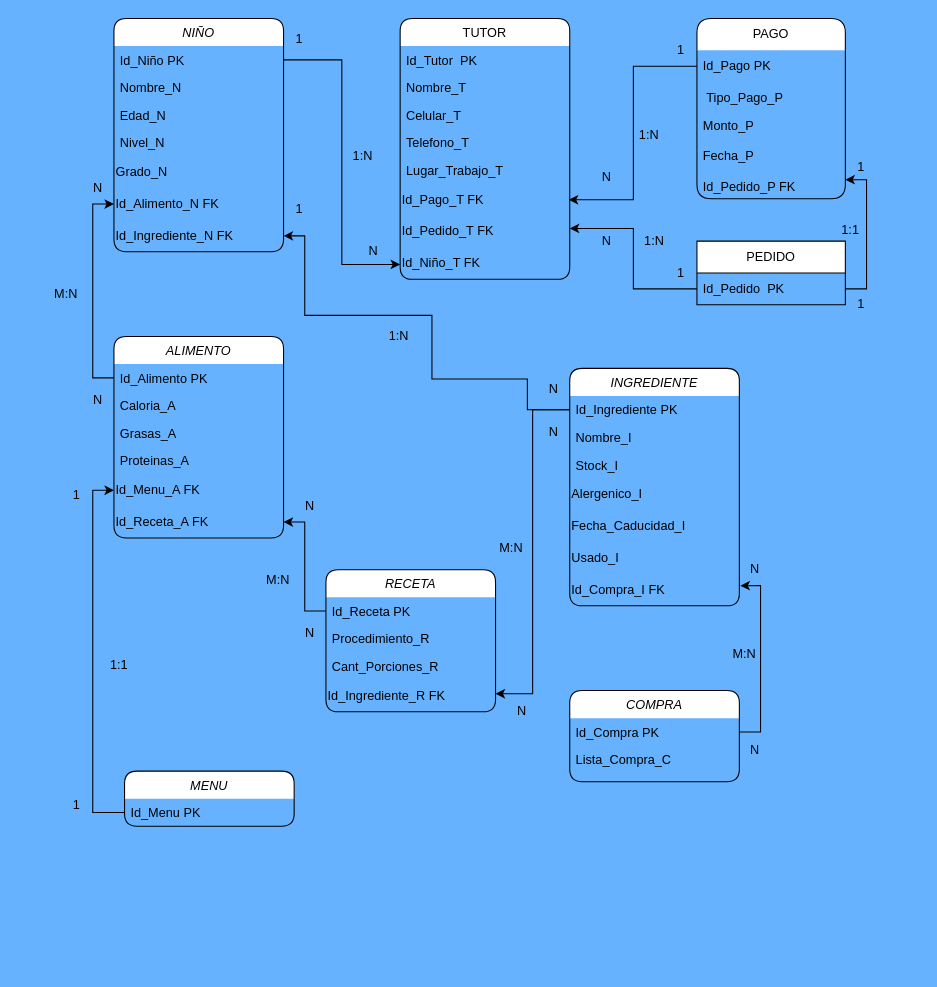
Earlier version of the draw.io diagram Diagrama sin título.drawio (CesarVaz17/Prueba-TBD). Source tidied: cells renumbered, new cells numbered last; positions are measured from the earlier drawing's top-left corner, leaving out a move shared by most shapes. Both pictures are drawn from the tidied source at 106%, with x=0, y=0 at pixel (18, 18).
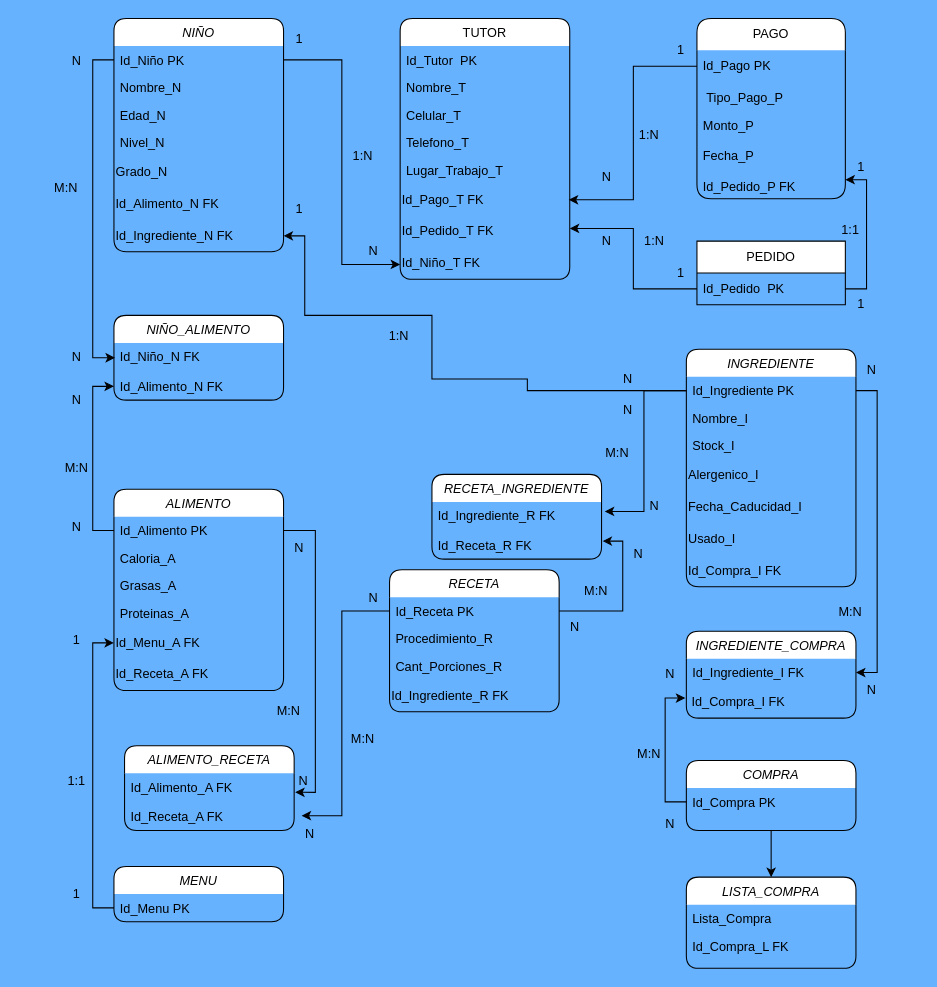
The same diagram, later.

The change refers to these unchanged cells:
```xml
<mxCell id="3" value="Id_Niño PK" style="text;align=left;verticalAlign=top;spacingLeft=4;spacingRight=4;overflow=hidden;points=[[0,0.5],[1,0.5]];portConstraint=eastwest;" parent="2" vertex="1">
  <mxGeometry y="26" width="160" height="26" as="geometry" />
</mxCell>
<mxCell id="8" value="Id_Alimento_N FK" style="text;html=1;align=left;verticalAlign=middle;whiteSpace=wrap;rounded=0;" parent="2" vertex="1">
  <mxGeometry y="160" width="160" height="30" as="geometry" />
</mxCell>
<mxCell id="9" value="Id_Ingrediente_N FK" style="text;html=1;align=left;verticalAlign=middle;whiteSpace=wrap;rounded=0;" parent="2" vertex="1">
  <mxGeometry y="190" width="160" height="30" as="geometry" />
</mxCell>
<mxCell id="30" value="Id_Alimento PK" style="text;align=left;verticalAlign=top;spacingLeft=4;spacingRight=4;overflow=hidden;points=[[0,0.5],[1,0.5]];portConstraint=eastwest;" parent="29" vertex="1">
  <mxGeometry y="26" width="160" height="26" as="geometry" />
</mxCell>
<mxCell id="35" value="Id_Receta_A FK" style="text;html=1;align=left;verticalAlign=middle;whiteSpace=wrap;rounded=0;" parent="29" vertex="1">
  <mxGeometry y="160" width="160" height="30" as="geometry" />
</mxCell>
<mxCell id="41" value="Id_Receta PK" style="text;align=left;verticalAlign=top;spacingLeft=4;spacingRight=4;overflow=hidden;points=[[0,0.5],[1,0.5]];portConstraint=eastwest;" parent="40" vertex="1">
  <mxGeometry y="26" width="160" height="26" as="geometry" />
</mxCell>
<mxCell id="44" value="Id_Ingrediente_R FK" style="text;html=1;align=left;verticalAlign=middle;points=[];strokeColor=none;fillColor=none;" parent="40" vertex="1">
  <mxGeometry y="104" width="160" height="30" as="geometry" />
</mxCell>
<mxCell id="47" value="Id_Ingrediente PK" style="text;align=left;verticalAlign=top;spacingLeft=4;spacingRight=4;overflow=hidden;points=[[0,0.5],[1,0.5]];portConstraint=eastwest;" parent="46" vertex="1">
  <mxGeometry y="26" width="160" height="26" as="geometry" />
</mxCell>
<mxCell id="53" value="Id_Compra_I FK" style="text;html=1;align=left;verticalAlign=middle;points=[];strokeColor=none;fillColor=none;" parent="46" vertex="1">
  <mxGeometry y="194" width="160" height="30" as="geometry" />
</mxCell>
<mxCell id="57" value="Id_Compra PK" style="text;align=left;verticalAlign=top;spacingLeft=4;spacingRight=4;overflow=hidden;points=[[0,0.5],[1,0.5]];portConstraint=eastwest;" parent="56" vertex="1">
  <mxGeometry y="26" width="160" height="26" as="geometry" />
</mxCell>
```

Change to the diagram source:
```diff
@@
     <mxCell id="29" value="ALIMENTO" style="swimlane;fontStyle=2;align=center;verticalAlign=top;horizontal=1;startSize=26;rounded=1;shadow=0;strokeWidth=1;swimlaneLine=0;" parent="1" vertex="1">
-      <mxGeometry x="90" y="300" width="160" height="190" as="geometry" />
+      <mxGeometry x="90" y="444" width="160" height="190" as="geometry" />
     </mxCell>
@@
-    <mxCell id="36" style="edgeStyle=orthogonalEdgeStyle;rounded=0;jettySize=auto;html=1;exitX=0;exitY=0.5;exitDx=0;exitDy=0;entryX=0;entryY=0.5;entryDx=0;entryDy=0;" parent="1" edge="1" source="30" target="8">
-      <mxGeometry relative="1" as="geometry" />
-    </mxCell>
     <mxCell id="37" value="MENU" style="swimlane;fontStyle=2;align=center;verticalAlign=top;horizontal=1;startSize=26;rounded=1;shadow=0;strokeWidth=1;swimlaneLine=0;" parent="1" vertex="1">
-      <mxGeometry x="100" y="710" width="160" height="52" as="geometry" />
+      <mxGeometry x="90" y="800" width="160" height="52" as="geometry" />
     </mxCell>
@@
     <mxCell id="40" value="RECETA" style="swimlane;fontStyle=2;align=center;verticalAlign=top;horizontal=1;startSize=26;rounded=1;shadow=0;strokeWidth=1;swimlaneLine=0;" parent="1" vertex="1">
-      <mxGeometry x="290" y="520" width="160" height="134" as="geometry" />
+      <mxGeometry x="350" y="520" width="160" height="134" as="geometry" />
     </mxCell>
@@
-    <mxCell id="45" style="edgeStyle=orthogonalEdgeStyle;rounded=0;jettySize=auto;html=1;exitX=0;exitY=0.5;exitDx=0;exitDy=0;entryX=1;entryY=0.5;entryDx=0;entryDy=0;" parent="1" edge="1" source="41" target="35">
-      <mxGeometry relative="1" as="geometry" />
-    </mxCell>
     <mxCell id="46" value="INGREDIENTE" style="swimlane;fontStyle=2;align=center;verticalAlign=top;horizontal=1;startSize=26;rounded=1;shadow=0;strokeWidth=1;swimlaneLine=0;" parent="1" vertex="1">
-      <mxGeometry x="520" y="330" width="160" height="224" as="geometry" />
+      <mxGeometry x="630" y="312" width="160" height="224" as="geometry" />
     </mxCell>
@@
-    <mxCell id="54" style="edgeStyle=orthogonalEdgeStyle;rounded=0;jettySize=auto;html=1;exitX=0;exitY=0.5;exitDx=0;exitDy=0;entryX=1;entryY=0.433;entryDx=0;entryDy=0;entryPerimeter=0;" parent="1" edge="1" source="47" target="44">
-      <mxGeometry relative="1" as="geometry" />
-    </mxCell>
     <mxCell id="55" style="edgeStyle=orthogonalEdgeStyle;rounded=0;jettySize=auto;html=1;exitX=0;exitY=0.5;exitDx=0;exitDy=0;entryX=1;entryY=0.5;entryDx=0;entryDy=0;" parent="1" edge="1" source="47" target="9">
       <mxGeometry relative="1" as="geometry">
         <Array as="points">
-          <mxPoint x="480" y="369" />
+          <mxPoint x="480" y="351" />
           <mxPoint x="480" y="340" />
           <mxPoint x="390" y="340" />
           <mxPoint x="390" y="280" />
           <mxPoint x="270" y="280" />
           <mxPoint x="270" y="205" />
         </Array>
       </mxGeometry>
     </mxCell>
+    <mxCell id="90" style="edgeStyle=orthogonalEdgeStyle;rounded=0;jettySize=auto;html=1;" parent="1" edge="1" source="56" target="91">
+      <mxGeometry relative="1" as="geometry" />
+    </mxCell>
     <mxCell id="56" value="COMPRA" style="swimlane;fontStyle=2;align=center;verticalAlign=top;horizontal=1;startSize=26;rounded=1;shadow=0;strokeWidth=1;glass=0;swimlaneLine=0;" parent="1" vertex="1">
-      <mxGeometry x="520" y="634" width="160" height="86" as="geometry" />
+      <mxGeometry x="630" y="700" width="160" height="66" as="geometry" />
     </mxCell>
@@
-    <mxCell id="58" value="Lista_Compra_C" style="text;align=left;verticalAlign=top;spacingLeft=4;spacingRight=4;overflow=hidden;rounded=0;shadow=0;html=0;" parent="56" vertex="1">
-      <mxGeometry y="52" width="160" height="26" as="geometry" />
-    </mxCell>
-    <mxCell id="59" style="edgeStyle=orthogonalEdgeStyle;rounded=0;jettySize=auto;html=1;exitX=1;exitY=0.5;exitDx=0;exitDy=0;entryX=1.006;entryY=0.367;entryDx=0;entryDy=0;entryPerimeter=0;" parent="1" edge="1" source="57" target="53">
-      <mxGeometry relative="1" as="geometry" />
-    </mxCell>
@@
     <mxCell id="63" value="1" style="text;html=1;align=center;verticalAlign=middle;whiteSpace=wrap;rounded=0;" parent="1" vertex="1">
-      <mxGeometry x="10" y="430" width="90" height="40" as="geometry" />
+      <mxGeometry x="10" y="567" width="90" height="40" as="geometry" />
     </mxCell>
     <mxCell id="64" value="1" style="text;html=1;align=center;verticalAlign=middle;whiteSpace=wrap;rounded=0;" parent="1" vertex="1">
-      <mxGeometry x="10" y="722" width="90" height="40" as="geometry" />
+      <mxGeometry x="10" y="806" width="90" height="40" as="geometry" />
     </mxCell>
     <mxCell id="65" value="1:1" style="text;html=1;align=center;verticalAlign=middle;whiteSpace=wrap;rounded=0;" parent="1" vertex="1">
-      <mxGeometry x="50" y="590" width="90" height="40" as="geometry" />
+      <mxGeometry x="10" y="700" width="90" height="40" as="geometry" />
     </mxCell>
@@
     <mxCell id="76" value="N" style="text;html=1;align=center;verticalAlign=middle;whiteSpace=wrap;rounded=0;" parent="1" vertex="1">
-      <mxGeometry x="460" y="330" width="90" height="40" as="geometry" />
+      <mxGeometry x="530" y="320" width="90" height="40" as="geometry" />
     </mxCell>
@@
     <mxCell id="78" value="N" style="text;html=1;align=center;verticalAlign=middle;whiteSpace=wrap;rounded=0;" parent="1" vertex="1">
-      <mxGeometry x="30" y="140" width="90" height="40" as="geometry" />
+      <mxGeometry x="10" y="340" width="90" height="40" as="geometry" />
     </mxCell>
     <mxCell id="79" value="N" style="text;html=1;align=center;verticalAlign=middle;whiteSpace=wrap;rounded=0;" parent="1" vertex="1">
-      <mxGeometry x="30" y="340" width="90" height="40" as="geometry" />
+      <mxGeometry x="10" y="460" width="90" height="40" as="geometry" />
     </mxCell>
     <mxCell id="80" value="M:N" style="text;html=1;align=center;verticalAlign=middle;whiteSpace=wrap;rounded=0;" parent="1" vertex="1">
-      <mxGeometry y="240" width="90" height="40" as="geometry" />
+      <mxGeometry x="10" y="404" width="90" height="40" as="geometry" />
     </mxCell>
-    <mxCell id="81" value="N" style="text;html=1;align=center;verticalAlign=middle;whiteSpace=wrap;rounded=0;" parent="1" vertex="1">
-      <mxGeometry x="230" y="440" width="90" height="40" as="geometry" />
-    </mxCell>
-    <mxCell id="82" value="N" style="text;html=1;align=center;verticalAlign=middle;whiteSpace=wrap;rounded=0;" parent="1" vertex="1">
-      <mxGeometry x="230" y="560" width="90" height="40" as="geometry" />
-    </mxCell>
-    <mxCell id="83" value="M:N" style="text;html=1;align=center;verticalAlign=middle;whiteSpace=wrap;rounded=0;" parent="1" vertex="1">
-      <mxGeometry x="200" y="510" width="90" height="40" as="geometry" />
-    </mxCell>
-    <mxCell id="84" value="N" style="text;html=1;align=center;verticalAlign=middle;whiteSpace=wrap;rounded=0;" parent="1" vertex="1">
-      <mxGeometry x="460" y="370" width="90" height="40" as="geometry" />
-    </mxCell>
-    <mxCell id="85" value="N" style="text;html=1;align=center;verticalAlign=middle;whiteSpace=wrap;rounded=0;" parent="1" vertex="1">
-      <mxGeometry x="430" y="634" width="90" height="40" as="geometry" />
-    </mxCell>
-    <mxCell id="86" value="M:N" style="text;html=1;align=center;verticalAlign=middle;whiteSpace=wrap;rounded=0;" parent="1" vertex="1">
-      <mxGeometry x="420" y="480" width="90" height="40" as="geometry" />
-    </mxCell>
-    <mxCell id="87" value="N" style="text;html=1;align=center;verticalAlign=middle;whiteSpace=wrap;rounded=0;" parent="1" vertex="1">
-      <mxGeometry x="650" y="500" width="90" height="40" as="geometry" />
-    </mxCell>
-    <mxCell id="88" value="N" style="text;html=1;align=center;verticalAlign=middle;whiteSpace=wrap;rounded=0;" parent="1" vertex="1">
-      <mxGeometry x="650" y="670" width="90" height="40" as="geometry" />
-    </mxCell>
-    <mxCell id="89" value="M:N" style="text;html=1;align=center;verticalAlign=middle;whiteSpace=wrap;rounded=0;" parent="1" vertex="1">
-      <mxGeometry x="640" y="580" width="90" height="40" as="geometry" />
-    </mxCell>
+    <mxCell id="91" value="LISTA_COMPRA" style="swimlane;fontStyle=2;align=center;verticalAlign=top;horizontal=1;startSize=26;rounded=1;shadow=0;strokeWidth=1;glass=0;swimlaneLine=0;" parent="1" vertex="1">
+      <mxGeometry x="630" y="810" width="160" height="86" as="geometry" />
+    </mxCell>
+    <mxCell id="92" value="Lista_Compra" style="text;align=left;verticalAlign=top;spacingLeft=4;spacingRight=4;overflow=hidden;rounded=0;shadow=0;html=0;" parent="91" vertex="1">
+      <mxGeometry y="26" width="160" height="26" as="geometry" />
+    </mxCell>
+    <mxCell id="93" value="Id_Compra_L FK" style="text;align=left;verticalAlign=top;spacingLeft=4;spacingRight=4;overflow=hidden;" parent="91" vertex="1">
+      <mxGeometry y="52" width="160" height="26" as="geometry" />
+    </mxCell>
+    <mxCell id="94" value="NIÑO_ALIMENTO" style="swimlane;fontStyle=2;align=center;verticalAlign=top;horizontal=1;startSize=26;rounded=1;shadow=0;strokeWidth=1;swimlaneLine=0;" parent="1" vertex="1">
+      <mxGeometry x="90" y="280" width="160" height="80" as="geometry" />
+    </mxCell>
+    <mxCell id="95" value="Id_Niño_N FK&#10;&#10;Id_Alimento_N FK" style="text;align=left;verticalAlign=top;spacingLeft=4;spacingRight=4;overflow=hidden;points=[[0,0.5],[1,0.5]];portConstraint=eastwest;" parent="94" vertex="1">
+      <mxGeometry y="26" width="160" height="54" as="geometry" />
+    </mxCell>
+    <mxCell id="96" style="edgeStyle=orthogonalEdgeStyle;rounded=0;jettySize=auto;html=1;exitX=0;exitY=0.5;exitDx=0;exitDy=0;entryX=0;entryY=0.759;entryDx=0;entryDy=0;entryPerimeter=0;" parent="1" edge="1" source="30" target="95">
+      <mxGeometry relative="1" as="geometry" />
+    </mxCell>
+    <mxCell id="97" style="edgeStyle=orthogonalEdgeStyle;rounded=0;jettySize=auto;html=1;exitX=0;exitY=0.5;exitDx=0;exitDy=0;entryX=0.006;entryY=0.259;entryDx=0;entryDy=0;entryPerimeter=0;" parent="1" edge="1" source="3" target="95">
+      <mxGeometry relative="1" as="geometry" />
+    </mxCell>
+    <mxCell id="98" value="N" style="text;html=1;align=center;verticalAlign=middle;whiteSpace=wrap;rounded=0;" parent="1" vertex="1">
+      <mxGeometry x="10" y="20" width="90" height="40" as="geometry" />
+    </mxCell>
+    <mxCell id="99" value="N" style="text;html=1;align=center;verticalAlign=middle;whiteSpace=wrap;rounded=0;" parent="1" vertex="1">
+      <mxGeometry x="10" y="300" width="90" height="40" as="geometry" />
+    </mxCell>
+    <mxCell id="100" value="M:N" style="text;html=1;align=center;verticalAlign=middle;whiteSpace=wrap;rounded=0;" parent="1" vertex="1">
+      <mxGeometry y="140" width="90" height="40" as="geometry" />
+    </mxCell>
+    <mxCell id="101" value="RECETA_INGREDIENTE" style="swimlane;fontStyle=2;align=center;verticalAlign=top;horizontal=1;startSize=26;rounded=1;shadow=0;strokeWidth=1;swimlaneLine=0;" parent="1" vertex="1">
+      <mxGeometry x="390" y="430" width="160" height="80" as="geometry" />
+    </mxCell>
+    <mxCell id="102" value="Id_Ingrediente_R FK&#10;&#10;Id_Receta_R FK&#10;" style="text;align=left;verticalAlign=top;spacingLeft=4;spacingRight=4;overflow=hidden;points=[[0,0.5],[1,0.5]];portConstraint=eastwest;" parent="101" vertex="1">
+      <mxGeometry y="26" width="160" height="54" as="geometry" />
+    </mxCell>
+    <mxCell id="103" style="edgeStyle=orthogonalEdgeStyle;rounded=0;jettySize=auto;html=1;exitX=0;exitY=0.5;exitDx=0;exitDy=0;entryX=1.019;entryY=0.167;entryDx=0;entryDy=0;entryPerimeter=0;" parent="1" edge="1" source="47" target="102">
+      <mxGeometry relative="1" as="geometry" />
+    </mxCell>
+    <mxCell id="104" style="edgeStyle=orthogonalEdgeStyle;rounded=0;jettySize=auto;html=1;exitX=1;exitY=0.5;exitDx=0;exitDy=0;entryX=1.006;entryY=0.685;entryDx=0;entryDy=0;entryPerimeter=0;" parent="1" edge="1" source="41" target="102">
+      <mxGeometry relative="1" as="geometry" />
+    </mxCell>
+    <mxCell id="105" value="N" style="text;html=1;align=center;verticalAlign=middle;whiteSpace=wrap;rounded=0;" parent="1" vertex="1">
+      <mxGeometry x="530" y="350" width="90" height="40" as="geometry" />
+    </mxCell>
+    <mxCell id="106" value="N" style="text;html=1;align=center;verticalAlign=middle;whiteSpace=wrap;rounded=0;" parent="1" vertex="1">
+      <mxGeometry x="555" y="440" width="90" height="40" as="geometry" />
+    </mxCell>
+    <mxCell id="107" value="N" style="text;html=1;align=center;verticalAlign=middle;whiteSpace=wrap;rounded=0;" parent="1" vertex="1">
+      <mxGeometry x="540" y="485" width="90" height="40" as="geometry" />
+    </mxCell>
+    <mxCell id="108" value="N" style="text;html=1;align=center;verticalAlign=middle;whiteSpace=wrap;rounded=0;" parent="1" vertex="1">
+      <mxGeometry x="480" y="554" width="90" height="40" as="geometry" />
+    </mxCell>
+    <mxCell id="109" value="M:N" style="text;html=1;align=center;verticalAlign=middle;whiteSpace=wrap;rounded=0;" parent="1" vertex="1">
+      <mxGeometry x="500" y="520" width="90" height="40" as="geometry" />
+    </mxCell>
+    <mxCell id="110" value="M:N" style="text;html=1;align=center;verticalAlign=middle;whiteSpace=wrap;rounded=0;" parent="1" vertex="1">
+      <mxGeometry x="520" y="390" width="90" height="40" as="geometry" />
+    </mxCell>
+    <mxCell id="111" value="ALIMENTO_RECETA" style="swimlane;fontStyle=2;align=center;verticalAlign=top;horizontal=1;startSize=26;rounded=1;shadow=0;strokeWidth=1;swimlaneLine=0;" parent="1" vertex="1">
+      <mxGeometry x="100" y="686" width="160" height="80" as="geometry" />
+    </mxCell>
+    <mxCell id="112" value="Id_Alimento_A FK&#10;&#10;Id_Receta_A FK&#10;" style="text;align=left;verticalAlign=top;spacingLeft=4;spacingRight=4;overflow=hidden;points=[[0,0.5],[1,0.5]];portConstraint=eastwest;" parent="111" vertex="1">
+      <mxGeometry y="26" width="160" height="54" as="geometry" />
+    </mxCell>
+    <mxCell id="113" style="edgeStyle=orthogonalEdgeStyle;rounded=0;jettySize=auto;html=1;exitX=0;exitY=0.5;exitDx=0;exitDy=0;entryX=1.044;entryY=0.741;entryDx=0;entryDy=0;entryPerimeter=0;" parent="1" edge="1" source="41" target="112">
+      <mxGeometry relative="1" as="geometry" />
+    </mxCell>
+    <mxCell id="114" style="edgeStyle=orthogonalEdgeStyle;rounded=0;jettySize=auto;html=1;exitX=1;exitY=0.5;exitDx=0;exitDy=0;entryX=1.006;entryY=0.333;entryDx=0;entryDy=0;entryPerimeter=0;" parent="1" edge="1" source="30" target="112">
+      <mxGeometry relative="1" as="geometry" />
+    </mxCell>
+    <mxCell id="115" value="N" style="text;html=1;align=center;verticalAlign=middle;whiteSpace=wrap;rounded=0;" parent="1" vertex="1">
+      <mxGeometry x="220" y="480" width="90" height="40" as="geometry" />
+    </mxCell>
+    <mxCell id="116" value="N" style="text;html=1;align=center;verticalAlign=middle;whiteSpace=wrap;rounded=0;" parent="1" vertex="1">
+      <mxGeometry x="224" y="700" width="90" height="40" as="geometry" />
+    </mxCell>
+    <mxCell id="117" value="N" style="text;html=1;align=center;verticalAlign=middle;whiteSpace=wrap;rounded=0;" parent="1" vertex="1">
+      <mxGeometry x="230" y="750" width="90" height="40" as="geometry" />
+    </mxCell>
+    <mxCell id="118" value="N" style="text;html=1;align=center;verticalAlign=middle;whiteSpace=wrap;rounded=0;" parent="1" vertex="1">
+      <mxGeometry x="290" y="527" width="90" height="40" as="geometry" />
+    </mxCell>
+    <mxCell id="119" value="M:N" style="text;html=1;align=center;verticalAlign=middle;whiteSpace=wrap;rounded=0;" parent="1" vertex="1">
+      <mxGeometry x="210" y="634" width="90" height="40" as="geometry" />
+    </mxCell>
+    <mxCell id="120" value="M:N" style="text;html=1;align=center;verticalAlign=middle;whiteSpace=wrap;rounded=0;" parent="1" vertex="1">
+      <mxGeometry x="280" y="660" width="90" height="40" as="geometry" />
+    </mxCell>
+    <mxCell id="121" value="INGREDIENTE_COMPRA" style="swimlane;fontStyle=2;align=center;verticalAlign=top;horizontal=1;startSize=26;rounded=1;shadow=0;strokeWidth=1;swimlaneLine=0;" parent="1" vertex="1">
+      <mxGeometry x="630" y="578" width="160" height="82" as="geometry" />
+    </mxCell>
+    <mxCell id="122" value="Id_Ingrediente_I FK" style="text;align=left;verticalAlign=top;spacingLeft=4;spacingRight=4;overflow=hidden;points=[[0,0.5],[1,0.5]];portConstraint=eastwest;" parent="121" vertex="1">
+      <mxGeometry y="26" width="160" height="26" as="geometry" />
+    </mxCell>
+    <mxCell id="123" value="&lt;span style=&quot;&quot;&gt;&amp;nbsp;Id_Compra_I FK&lt;/span&gt;" style="text;html=1;align=left;verticalAlign=middle;points=[];strokeColor=none;fillColor=none;" parent="121" vertex="1">
+      <mxGeometry y="52" width="160" height="30" as="geometry" />
+    </mxCell>
+    <mxCell id="124" style="edgeStyle=orthogonalEdgeStyle;rounded=0;jettySize=auto;html=1;exitX=1;exitY=0.5;exitDx=0;exitDy=0;entryX=1;entryY=0.5;entryDx=0;entryDy=0;" parent="1" edge="1" source="47" target="122">
+      <mxGeometry relative="1" as="geometry" />
+    </mxCell>
+    <mxCell id="125" style="edgeStyle=orthogonalEdgeStyle;rounded=0;jettySize=auto;html=1;exitX=0;exitY=0.5;exitDx=0;exitDy=0;entryX=-0.006;entryY=0.367;entryDx=0;entryDy=0;entryPerimeter=0;" parent="1" edge="1" source="57" target="123">
+      <mxGeometry relative="1" as="geometry" />
+    </mxCell>
+    <mxCell id="126" value="N" style="text;html=1;align=center;verticalAlign=middle;whiteSpace=wrap;rounded=0;" parent="1" vertex="1">
+      <mxGeometry x="570" y="599" width="90" height="40" as="geometry" />
+    </mxCell>
+    <mxCell id="127" value="N" style="text;html=1;align=center;verticalAlign=middle;whiteSpace=wrap;rounded=0;" parent="1" vertex="1">
+      <mxGeometry x="570" y="740" width="90" height="40" as="geometry" />
+    </mxCell>
+    <mxCell id="128" value="N" style="text;html=1;align=center;verticalAlign=middle;whiteSpace=wrap;rounded=0;" parent="1" vertex="1">
+      <mxGeometry x="760" y="614" width="90" height="40" as="geometry" />
+    </mxCell>
+    <mxCell id="129" value="N" style="text;html=1;align=center;verticalAlign=middle;whiteSpace=wrap;rounded=0;" parent="1" vertex="1">
+      <mxGeometry x="760" y="312" width="90" height="40" as="geometry" />
+    </mxCell>
+    <mxCell id="130" value="M:N" style="text;html=1;align=center;verticalAlign=middle;whiteSpace=wrap;rounded=0;" parent="1" vertex="1">
+      <mxGeometry x="550" y="674" width="90" height="40" as="geometry" />
+    </mxCell>
+    <mxCell id="131" value="M:N" style="text;html=1;align=center;verticalAlign=middle;whiteSpace=wrap;rounded=0;" parent="1" vertex="1">
+      <mxGeometry x="740" y="540" width="90" height="40" as="geometry" />
+    </mxCell>
```
